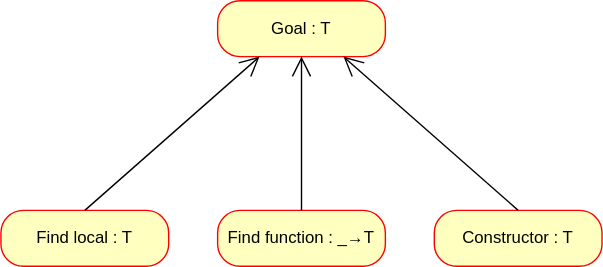
Above: fig/agsy_transformation_branches.svg in kilpkonn/msc-thesis (draw.io), before the change. Source tidied: cells renumbered, new cells last; positions are measured from the earlier drawing's top-left corner, leaving out a move shared by most shapes.
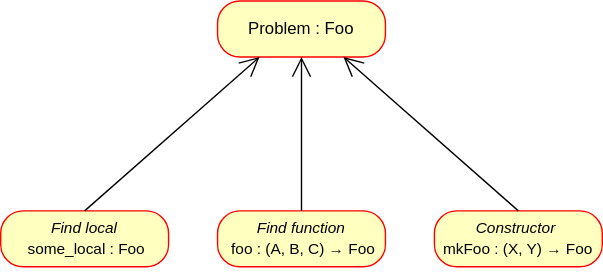
After the change.

Diff of the diagram source:
```diff
@@ -2,16 +2,16 @@
   <root>
     <mxCell id="0" />
     <mxCell id="1" parent="0" />
-    <mxCell id="2" value="Goal : T" style="rounded=1;whiteSpace=wrap;html=1;arcSize=40;fontColor=#000000;fillColor=#ffffc0;strokeColor=#ff0000;" parent="1" vertex="1">
+    <mxCell id="2" value="Problem : Foo" style="rounded=1;whiteSpace=wrap;html=1;arcSize=40;fontColor=#000000;fillColor=#ffffc0;strokeColor=#ff0000;" parent="1" vertex="1">
       <mxGeometry x="155" width="120" height="40" as="geometry" />
     </mxCell>
-    <mxCell id="3" value="Find local : T" style="rounded=1;whiteSpace=wrap;html=1;arcSize=40;fontColor=#000000;fillColor=#ffffc0;strokeColor=#ff0000;" parent="1" vertex="1">
+    <mxCell id="3" value="&lt;pre style=&quot;font-size: 11px;&quot;&gt;&lt;font face=&quot;Helvetica&quot; style=&quot;font-size: 11px;&quot;&gt;&lt;i&gt;Find local&lt;br&gt; &lt;/i&gt;some_local : Foo&lt;/font&gt;&lt;/pre&gt;" style="rounded=1;whiteSpace=wrap;html=1;arcSize=40;fontColor=#000000;fillColor=#ffffc0;strokeColor=#ff0000;" parent="1" vertex="1">
       <mxGeometry y="150" width="120" height="40" as="geometry" />
     </mxCell>
-    <mxCell id="4" value="Find function : _&lt;span class=&quot;kY2IgmnCmOGjharHErah&quot; style=&quot;-webkit-line-clamp: 3;&quot;&gt;&lt;/span&gt;→T" style="rounded=1;whiteSpace=wrap;html=1;arcSize=40;fontColor=#000000;fillColor=#ffffc0;strokeColor=#ff0000;" parent="1" vertex="1">
+    <mxCell id="4" value="&lt;pre&gt;&lt;font face=&quot;Helvetica&quot; style=&quot;font-size: 11px;&quot;&gt;&lt;i&gt;Find function&lt;/i&gt;&lt;br&gt; foo : (A, B, C) → Foo&lt;/font&gt;&lt;/pre&gt;" style="rounded=1;whiteSpace=wrap;html=1;arcSize=40;fontColor=#000000;fillColor=#ffffc0;strokeColor=#ff0000;" parent="1" vertex="1">
       <mxGeometry x="155" y="150" width="120" height="40" as="geometry" />
     </mxCell>
-    <mxCell id="5" value="Constructor : T" style="rounded=1;whiteSpace=wrap;html=1;arcSize=40;fontColor=#000000;fillColor=#ffffc0;strokeColor=#ff0000;" parent="1" vertex="1">
+    <mxCell id="5" value="&lt;pre style=&quot;font-size: 11px;&quot;&gt;&lt;font style=&quot;font-size: 11px;&quot; face=&quot;Helvetica&quot;&gt;&lt;i&gt;Constructor&lt;/i&gt; &lt;br&gt;mkFoo : (X, Y) → Foo&lt;/font&gt;&lt;/pre&gt;" style="rounded=1;whiteSpace=wrap;html=1;arcSize=40;fontColor=#000000;fillColor=#ffffc0;strokeColor=#ff0000;" parent="1" vertex="1">
       <mxGeometry x="310" y="150" width="120" height="40" as="geometry" />
     </mxCell>
     <mxCell id="6" style="endArrow=open;endFill=1;endSize=12;html=1;rounded=0;exitX=0.5;exitY=0;exitDx=0;exitDy=0;entryX=0.25;entryY=1;entryDx=0;entryDy=0;" parent="1" edge="1" source="3" target="2">
```
